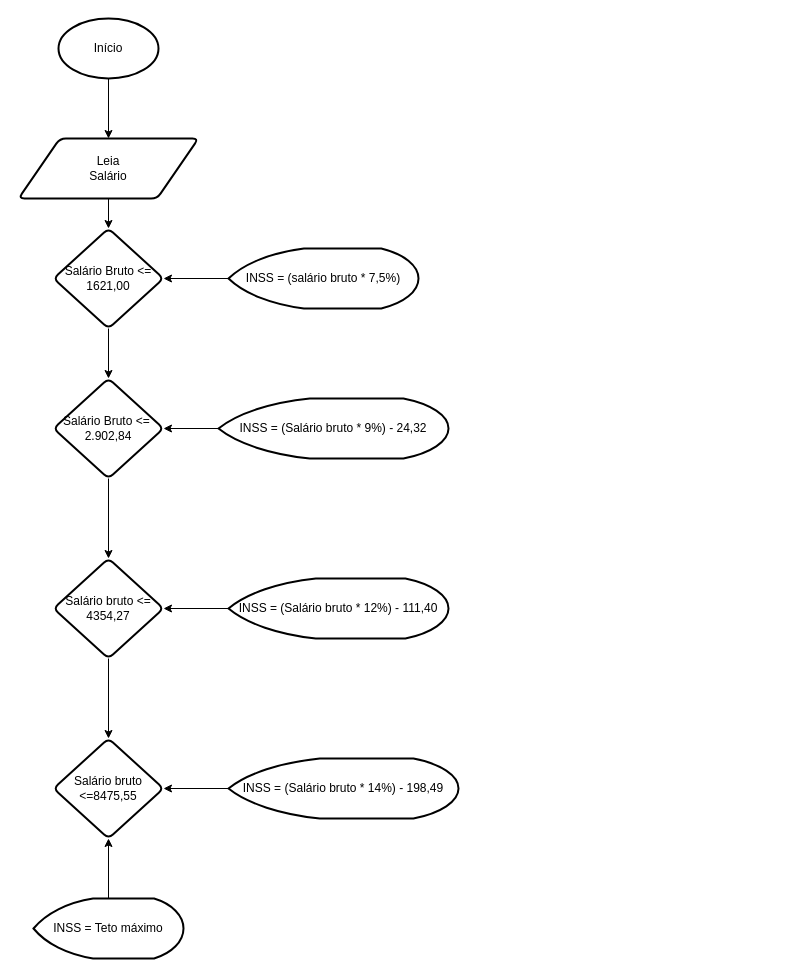
Earlier version of the draw.io diagram Fluxo_calculo_INSS.drawio (mayliarratia12-tech/PTIC). Source tidied: cells renumbered, new cells numbered last; positions are measured from the earlier drawing's top-left corner, leaving out a move shared by most shapes. Both pictures are drawn from the tidied source at 100%, with x=0, y=0 at pixel (18, 18).
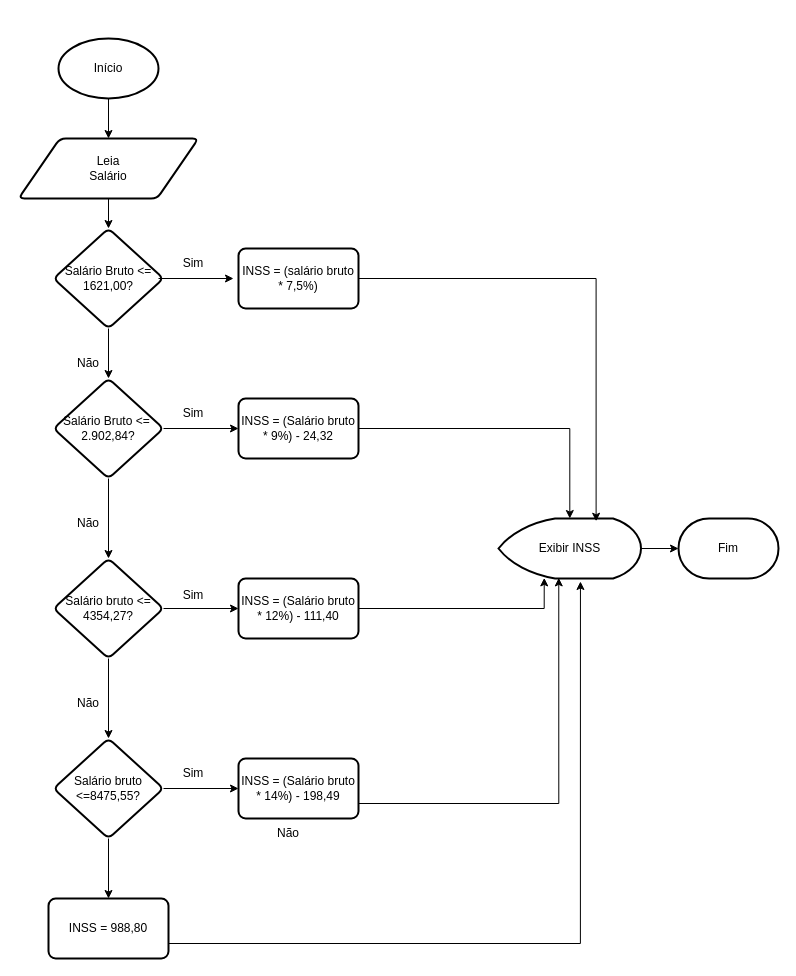
The same page after the edit.

The edit, as a diff of the source:
```diff
@@
     <mxCell id="3" value="Início" style="strokeWidth=2;html=1;shape=mxgraph.flowchart.start_1;whiteSpace=wrap;" parent="1" vertex="1">
-      <mxGeometry x="40" width="100" height="60" as="geometry" />
+      <mxGeometry x="40" y="20" width="100" height="60" as="geometry" />
     </mxCell>
@@
-    <mxCell id="7" value="Salário Bruto &amp;lt;= 1621,00" style="rhombus;whiteSpace=wrap;html=1;shapeInside=1;strokeWidth=2;rounded=1;arcSize=12;" parent="1" vertex="1">
+    <mxCell id="7" value="Salário Bruto &amp;lt;= 1621,00?" style="rhombus;whiteSpace=wrap;html=1;shapeInside=1;strokeWidth=2;rounded=1;arcSize=12;" parent="1" vertex="1">
       <mxGeometry x="35" y="210" width="110" height="100" as="geometry" />
     </mxCell>
-    <mxCell id="8" style="edgeStyle=orthogonalEdgeStyle;rounded=0;jettySize=auto;html=1;defaultLabelBackgroundColor=page;" parent="1" edge="1" source="9" target="7">
-      <mxGeometry relative="1" as="geometry" />
-    </mxCell>
-    <mxCell id="9" value="INSS = (salário bruto * 7,5%)" style="strokeWidth=2;html=1;shape=mxgraph.flowchart.display;whiteSpace=wrap;" parent="1" vertex="1">
-      <mxGeometry x="210" y="230" width="190" height="60" as="geometry" />
-    </mxCell>
@@
-    <mxCell id="11" value="Salário Bruto &amp;lt;=&amp;nbsp; 2.902,84" style="rhombus;whiteSpace=wrap;html=1;shapeInside=1;strokeWidth=2;rounded=1;arcSize=12;" parent="1" vertex="1">
+    <mxCell id="11" value="Salário Bruto &amp;lt;=&amp;nbsp; 2.902,84?" style="rhombus;whiteSpace=wrap;html=1;shapeInside=1;strokeWidth=2;rounded=1;arcSize=12;" parent="1" vertex="1">
       <mxGeometry x="35" y="360" width="110" height="100" as="geometry" />
     </mxCell>
-    <mxCell id="12" style="edgeStyle=orthogonalEdgeStyle;rounded=0;jettySize=auto;html=1;defaultLabelBackgroundColor=page;" parent="1" edge="1" source="13" target="11">
-      <mxGeometry relative="1" as="geometry" />
-    </mxCell>
-    <mxCell id="13" value="INSS = (Salário bruto * 9%) - 24,32" style="strokeWidth=2;html=1;shape=mxgraph.flowchart.display;whiteSpace=wrap;" parent="1" vertex="1">
-      <mxGeometry x="200" y="380" width="230" height="60" as="geometry" />
-    </mxCell>
@@
-    <mxCell id="15" value="Salário bruto &amp;lt;= 4354,27" style="rhombus;whiteSpace=wrap;html=1;shapeInside=1;strokeWidth=2;rounded=1;arcSize=12;" parent="1" vertex="1">
+    <mxCell id="15" value="Salário bruto &amp;lt;= 4354,27?" style="rhombus;whiteSpace=wrap;html=1;shapeInside=1;strokeWidth=2;rounded=1;arcSize=12;" parent="1" vertex="1">
       <mxGeometry x="35" y="540" width="110" height="100" as="geometry" />
     </mxCell>
-    <mxCell id="16" value="Salário bruto &amp;lt;=8475,55" style="rhombus;whiteSpace=wrap;html=1;shapeInside=1;strokeWidth=2;rounded=1;arcSize=12;" parent="1" vertex="1">
+    <mxCell id="16" value="Salário bruto &amp;lt;=8475,55?" style="rhombus;whiteSpace=wrap;html=1;shapeInside=1;strokeWidth=2;rounded=1;arcSize=12;" parent="1" vertex="1">
       <mxGeometry x="35" y="720" width="110" height="100" as="geometry" />
     </mxCell>
-    <mxCell id="17" style="edgeStyle=orthogonalEdgeStyle;rounded=0;jettySize=auto;html=1;defaultLabelBackgroundColor=page;" parent="1" edge="1" source="18" target="15">
-      <mxGeometry relative="1" as="geometry" />
-    </mxCell>
+    <mxCell id="23" style="edgeStyle=orthogonalEdgeStyle;rounded=0;orthogonalLoop=1;jettySize=auto;html=1;defaultLabelBackgroundColor=page;" parent="1" edge="1">
+      <mxGeometry relative="1" as="geometry">
+        <mxPoint x="140" y="260" as="sourcePoint" />
+        <mxPoint x="215" y="260" as="targetPoint" />
+      </mxGeometry>
+    </mxCell>
+    <mxCell id="24" style="edgeStyle=orthogonalEdgeStyle;rounded=0;jettySize=auto;html=1;defaultLabelBackgroundColor=page;" parent="1" edge="1" source="11" target="13">
+      <mxGeometry relative="1" as="geometry" />
+    </mxCell>
+    <mxCell id="25" style="edgeStyle=orthogonalEdgeStyle;rounded=0;jettySize=auto;html=1;defaultLabelBackgroundColor=page;" parent="1" edge="1" source="15" target="18">
+      <mxGeometry relative="1" as="geometry" />
+    </mxCell>
+    <mxCell id="26" style="edgeStyle=orthogonalEdgeStyle;rounded=0;jettySize=auto;html=1;defaultLabelBackgroundColor=page;" parent="1" edge="1" source="16" target="20">
+      <mxGeometry relative="1" as="geometry" />
+    </mxCell>
+    <mxCell id="27" style="edgeStyle=orthogonalEdgeStyle;rounded=0;jettySize=auto;html=1;defaultLabelBackgroundColor=page;" parent="1" edge="1" source="16" target="40">
+      <mxGeometry relative="1" as="geometry" />
+    </mxCell>
+    <mxCell id="9" value="INSS = (salário bruto * 7,5%)" style="whiteSpace=wrap;html=1;strokeWidth=2;rounded=1;arcSize=12;" parent="1" vertex="1">
+      <mxGeometry x="220" y="230" width="120" height="60" as="geometry" />
+    </mxCell>
+    <mxCell id="28" style="edgeStyle=orthogonalEdgeStyle;rounded=0;jettySize=auto;html=1;exitX=1;exitY=0.5;exitDx=0;exitDy=0;defaultLabelBackgroundColor=page;" parent="1" edge="1" source="13" target="38">
+      <mxGeometry relative="1" as="geometry" />
+    </mxCell>
+    <mxCell id="13" value="&lt;span style=&quot;color: rgb(0, 0, 0); float: none; background-color: rgb(255, 255, 255); display: inline !important;&quot;&gt;INSS = (Salário bruto * 9%) - 24,32&lt;/span&gt;" style="whiteSpace=wrap;html=1;strokeWidth=2;rounded=1;arcSize=12;" parent="1" vertex="1">
+      <mxGeometry x="220" y="380" width="120" height="60" as="geometry" />
+    </mxCell>
-    <mxCell id="18" value="INSS = (Salário bruto * 12%) - 111,40" style="strokeWidth=2;html=1;shape=mxgraph.flowchart.display;whiteSpace=wrap;" parent="1" vertex="1">
-      <mxGeometry x="210" y="560" width="220" height="60" as="geometry" />
+    <mxCell id="18" value="INSS = (Salário bruto * 12%) - 111,40" style="whiteSpace=wrap;html=1;strokeWidth=2;rounded=1;arcSize=12;" parent="1" vertex="1">
+      <mxGeometry x="220" y="560" width="120" height="60" as="geometry" />
     </mxCell>
-    <mxCell id="19" style="edgeStyle=orthogonalEdgeStyle;rounded=0;jettySize=auto;html=1;defaultLabelBackgroundColor=page;" parent="1" edge="1" source="20" target="16">
-      <mxGeometry relative="1" as="geometry" />
-    </mxCell>
-    <mxCell id="20" value="INSS = (Salário bruto * 14%) - 198,49" style="strokeWidth=2;html=1;shape=mxgraph.flowchart.display;whiteSpace=wrap;" parent="1" vertex="1">
-      <mxGeometry x="210" y="740" width="230" height="60" as="geometry" />
+    <mxCell id="20" value="INSS = (Salário bruto * 14%) - 198,49" style="whiteSpace=wrap;html=1;strokeWidth=2;rounded=1;arcSize=12;" parent="1" vertex="1">
+      <mxGeometry x="220" y="740" width="120" height="60" as="geometry" />
     </mxCell>
-    <mxCell id="21" style="edgeStyle=orthogonalEdgeStyle;rounded=0;jettySize=auto;html=1;defaultLabelBackgroundColor=page;" parent="1" edge="1" source="22" target="16">
-      <mxGeometry relative="1" as="geometry" />
-    </mxCell>
-    <mxCell id="22" value="INSS = Teto máximo" style="strokeWidth=2;html=1;shape=mxgraph.flowchart.display;whiteSpace=wrap;" parent="1" vertex="1">
-      <mxGeometry x="15" y="880" width="150" height="60" as="geometry" />
-    </mxCell>
+    <mxCell id="29" value="Sim" style="text;html=1;whiteSpace=wrap;strokeColor=none;fillColor=none;align=center;verticalAlign=middle;rounded=0;" parent="1" vertex="1">
+      <mxGeometry x="145" y="230" width="60" height="30" as="geometry" />
+    </mxCell>
+    <mxCell id="30" value="Sim" style="text;html=1;whiteSpace=wrap;strokeColor=none;fillColor=none;align=center;verticalAlign=middle;rounded=0;" parent="1" vertex="1">
+      <mxGeometry x="145" y="380" width="60" height="30" as="geometry" />
+    </mxCell>
+    <mxCell id="31" value="Sim" style="text;html=1;whiteSpace=wrap;strokeColor=none;fillColor=none;align=center;verticalAlign=middle;rounded=0;" parent="1" vertex="1">
+      <mxGeometry x="145" y="562" width="60" height="30" as="geometry" />
+    </mxCell>
+    <mxCell id="32" value="Sim" style="text;html=1;whiteSpace=wrap;strokeColor=none;fillColor=none;align=center;verticalAlign=middle;rounded=0;" parent="1" vertex="1">
+      <mxGeometry x="145" y="740" width="60" height="30" as="geometry" />
+    </mxCell>
+    <mxCell id="33" value="Não" style="text;html=1;whiteSpace=wrap;strokeColor=none;fillColor=none;align=center;verticalAlign=middle;rounded=0;" parent="1" vertex="1">
+      <mxGeometry x="40" y="670" width="60" height="30" as="geometry" />
+    </mxCell>
+    <mxCell id="34" value="Não" style="text;html=1;whiteSpace=wrap;strokeColor=none;fillColor=none;align=center;verticalAlign=middle;rounded=0;" parent="1" vertex="1">
+      <mxGeometry x="40" y="490" width="60" height="30" as="geometry" />
+    </mxCell>
+    <mxCell id="35" value="Não" style="text;html=1;whiteSpace=wrap;strokeColor=none;fillColor=none;align=center;verticalAlign=middle;rounded=0;" parent="1" vertex="1">
+      <mxGeometry x="40" y="330" width="60" height="30" as="geometry" />
+    </mxCell>
+    <mxCell id="36" value="Não" style="text;html=1;whiteSpace=wrap;strokeColor=none;fillColor=none;align=center;verticalAlign=middle;rounded=0;" parent="1" vertex="1">
+      <mxGeometry x="240" y="800" width="60" height="30" as="geometry" />
+    </mxCell>
+    <mxCell id="37" style="edgeStyle=orthogonalEdgeStyle;rounded=0;jettySize=auto;html=1;defaultLabelBackgroundColor=page;" parent="1" edge="1" source="38" target="39">
+      <mxGeometry relative="1" as="geometry" />
+    </mxCell>
+    <mxCell id="38" value="Exibir INSS" style="strokeWidth=2;html=1;shape=mxgraph.flowchart.display;whiteSpace=wrap;" parent="1" vertex="1">
+      <mxGeometry x="480" y="500" width="142.5" height="60" as="geometry" />
+    </mxCell>
+    <mxCell id="39" value="Fim" style="strokeWidth=2;html=1;shape=mxgraph.flowchart.terminator;whiteSpace=wrap;" parent="1" vertex="1">
+      <mxGeometry x="660" y="500" width="100" height="60" as="geometry" />
+    </mxCell>
+    <mxCell id="40" value="INSS = 988,80" style="whiteSpace=wrap;html=1;strokeWidth=2;rounded=1;arcSize=12;" parent="1" vertex="1">
+      <mxGeometry x="30" y="880" width="120" height="60" as="geometry" />
+    </mxCell>
+    <mxCell id="41" style="edgeStyle=orthogonalEdgeStyle;rounded=0;jettySize=auto;html=1;exitX=1;exitY=0.75;exitDx=0;exitDy=0;entryX=0.575;entryY=1.05;entryDx=0;entryDy=0;entryPerimeter=0;defaultLabelBackgroundColor=page;" parent="1" edge="1" source="40" target="38">
+      <mxGeometry relative="1" as="geometry" />
+    </mxCell>
+    <mxCell id="42" style="edgeStyle=orthogonalEdgeStyle;rounded=0;jettySize=auto;html=1;exitX=1;exitY=0.75;exitDx=0;exitDy=0;entryX=0.423;entryY=0.99;entryDx=0;entryDy=0;entryPerimeter=0;defaultLabelBackgroundColor=page;" parent="1" edge="1" source="20" target="38">
+      <mxGeometry relative="1" as="geometry" />
+    </mxCell>
+    <mxCell id="43" style="edgeStyle=orthogonalEdgeStyle;rounded=0;jettySize=auto;html=1;exitX=1;exitY=0.5;exitDx=0;exitDy=0;entryX=0.321;entryY=0.99;entryDx=0;entryDy=0;entryPerimeter=0;defaultLabelBackgroundColor=page;" parent="1" edge="1" source="18" target="38">
+      <mxGeometry x="-0.05" relative="1" as="geometry" />
+    </mxCell>
+    <mxCell id="44" style="edgeStyle=orthogonalEdgeStyle;rounded=0;jettySize=auto;html=1;exitX=1;exitY=0.5;exitDx=0;exitDy=0;entryX=0.685;entryY=0.046;entryDx=0;entryDy=0;entryPerimeter=0;defaultLabelBackgroundColor=page;" parent="1" edge="1" source="9" target="38">
+      <mxGeometry relative="1" as="geometry" />
+    </mxCell>
```
